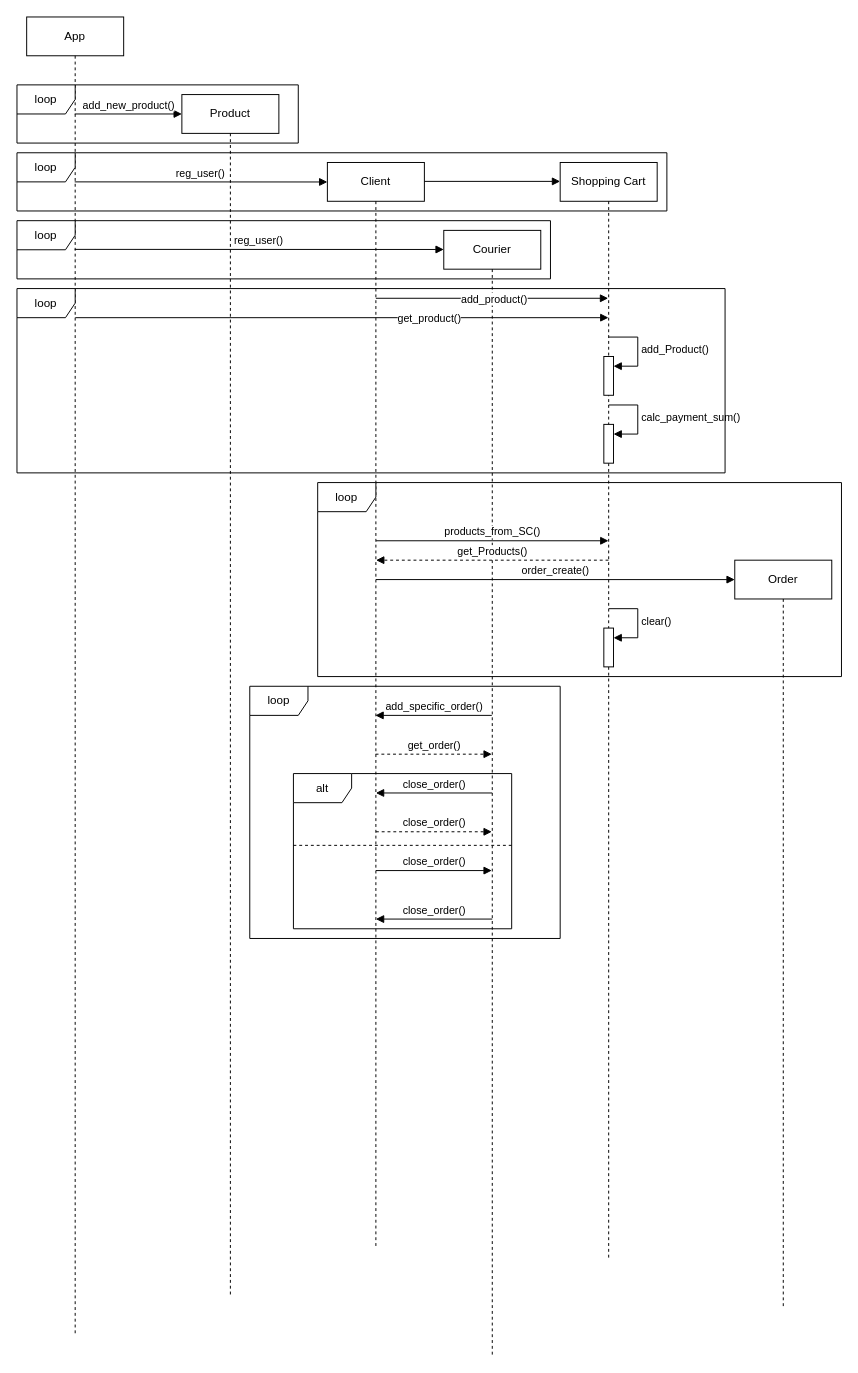
Earlier version of the draw.io diagram actions_sequnce_delivery_service.drawio (MstislavRomanovski/ProgramIngeneering). Source tidied: cells renumbered, new cells numbered last; positions are measured from the earlier drawing's top-left corner, leaving out a move shared by most shapes. Both pictures are drawn from the tidied source at 97%, with x=0, y=0 at pixel (16, 16).
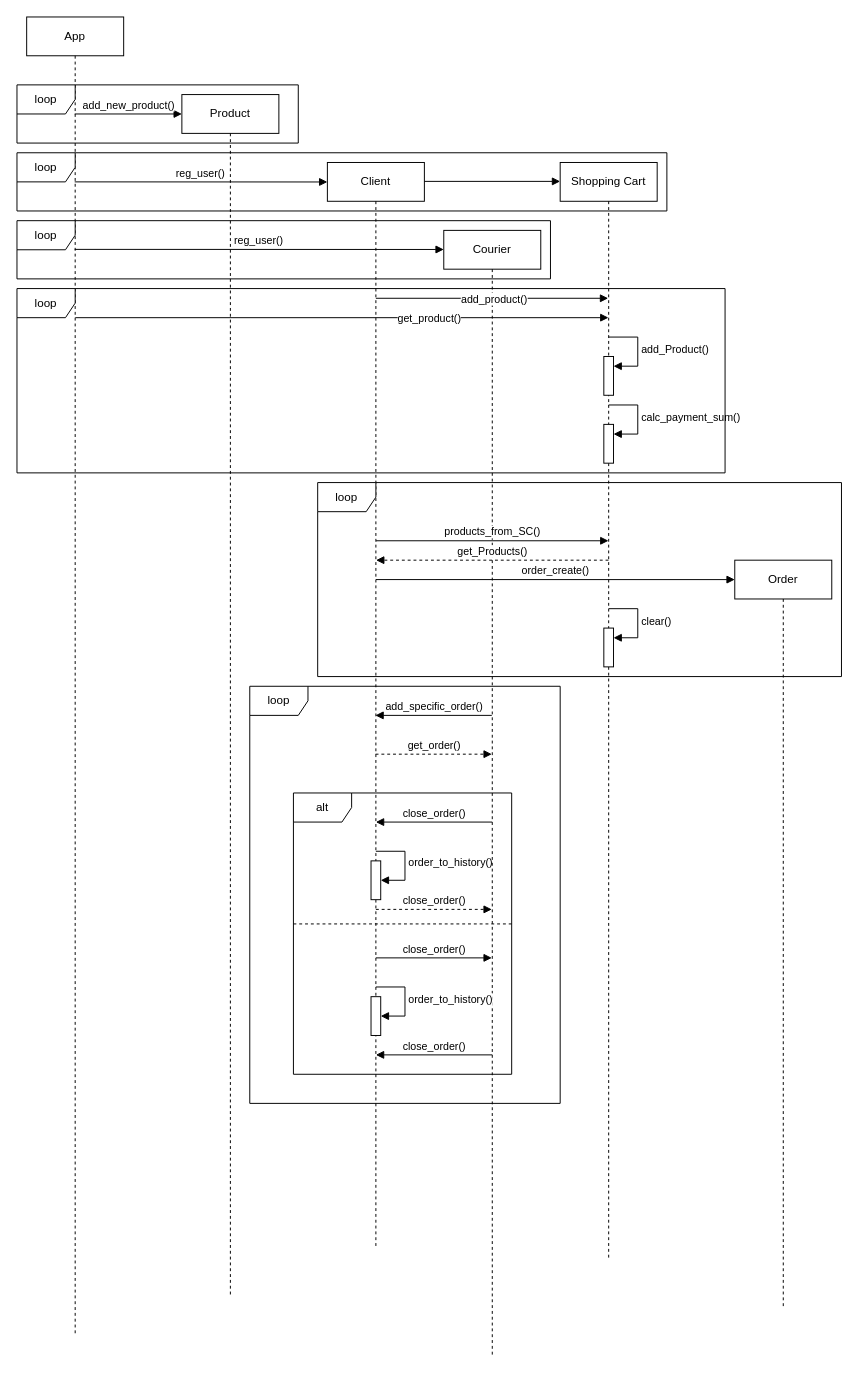
The same page after the edit.

Unchanged cells that the change refers to:
```xml
<mxCell id="4" value="Client" style="shape=umlLifeline;perimeter=lifelinePerimeter;whiteSpace=wrap;html=1;outlineConnect=0;portConstraint=eastwest;newEdgeStyle={&quot;curved&quot;:0,&quot;rounded&quot;:0};" parent="1" vertex="1">
  <mxGeometry x="320" y="150" width="100" height="1120" as="geometry" />
</mxCell>
```

The edit, as a diff of the source:
```diff
@@
+    <mxCell id="39" value="order_to_history()" style="html=1;align=left;spacingLeft=2;endArrow=block;rounded=0;edgeStyle=orthogonalEdgeStyle;curved=0;rounded=0;exitX=0.5;exitY=0.634;exitDx=0;exitDy=0;exitPerimeter=0;" parent="4" edge="1" source="4" target="40">
+      <mxGeometry relative="1" as="geometry">
+        <Array as="points">
+          <mxPoint x="80" y="710" />
+          <mxPoint x="80" y="740" />
+        </Array>
+      </mxGeometry>
+    </mxCell>
+    <mxCell id="40" style="html=1;points=[[0,0,0,0,5],[0,1,0,0,-5],[1,0,0,0,5],[1,1,0,0,-5]];perimeter=orthogonalPerimeter;outlineConnect=0;targetShapes=umlLifeline;portConstraint=eastwest;newEdgeStyle={&quot;curved&quot;:0,&quot;rounded&quot;:0};" parent="4" vertex="1">
+      <mxGeometry x="45" y="720" width="10" height="40" as="geometry" />
+    </mxCell>
+    <mxCell id="41" style="html=1;perimeter=orthogonalPerimeter;targetShapes=umlLifeline;newEdgeStyle={&quot;curved&quot;:0,&quot;rounded&quot;:0};" parent="4" vertex="1">
+      <mxGeometry x="45" y="860" width="10" height="40" as="geometry" />
+    </mxCell>
@@
     <mxCell id="32" value="loop" style="shape=umlFrame;whiteSpace=wrap;html=1;" parent="1" vertex="1">
-      <mxGeometry x="240" y="690" width="320" height="260" as="geometry" />
+      <mxGeometry x="240" y="690" width="320" height="430" as="geometry" />
     </mxCell>
     <mxCell id="33" value="close_order()" style="html=1;verticalAlign=bottom;endArrow=block;curved=0;rounded=0;" parent="1" edge="1">
       <mxGeometry relative="1" as="geometry">
-        <mxPoint x="490" y="800" as="sourcePoint" />
-        <mxPoint x="370" y="800" as="targetPoint" />
+        <mxPoint x="490" y="830" as="sourcePoint" />
+        <mxPoint x="370" y="830" as="targetPoint" />
       </mxGeometry>
     </mxCell>
     <mxCell id="34" value="close_order()" style="html=1;verticalAlign=bottom;endArrow=block;curved=0;rounded=0;dashed=1;" parent="1" edge="1">
       <mxGeometry relative="1" as="geometry">
-        <mxPoint x="370" y="840" as="sourcePoint" />
-        <mxPoint x="489.5" y="840" as="targetPoint" />
+        <mxPoint x="370" y="920" as="sourcePoint" />
+        <mxPoint x="489.5" y="920" as="targetPoint" />
       </mxGeometry>
     </mxCell>
     <mxCell id="35" value="close_order()" style="html=1;verticalAlign=bottom;endArrow=block;curved=0;rounded=0;" parent="1" edge="1">
       <mxGeometry relative="1" as="geometry">
-        <mxPoint x="370" y="880" as="sourcePoint" />
-        <mxPoint x="489.5" y="880" as="targetPoint" />
+        <mxPoint x="370" y="970" as="sourcePoint" />
+        <mxPoint x="489.5" y="970" as="targetPoint" />
       </mxGeometry>
     </mxCell>
     <mxCell id="36" value="close_order()" style="html=1;verticalAlign=bottom;endArrow=block;curved=0;rounded=0;" parent="1" edge="1">
       <mxGeometry relative="1" as="geometry">
-        <mxPoint x="490" y="930" as="sourcePoint" />
-        <mxPoint x="370" y="930" as="targetPoint" />
+        <mxPoint x="490" y="1070" as="sourcePoint" />
+        <mxPoint x="370" y="1070" as="targetPoint" />
       </mxGeometry>
     </mxCell>
     <mxCell id="37" value="alt" style="shape=umlFrame;whiteSpace=wrap;html=1;" parent="1" vertex="1">
-      <mxGeometry x="285" y="780" width="225" height="160" as="geometry" />
+      <mxGeometry x="285" y="800" width="225" height="290" as="geometry" />
     </mxCell>
     <mxCell id="38" style="line;strokeWidth=1;fillColor=none;align=left;verticalAlign=middle;spacingTop=-1;spacingLeft=3;spacingRight=3;labelPosition=right;strokeColor=inherit;dashed=1;" parent="1" vertex="1">
-      <mxGeometry x="285" y="850" width="225" height="8" as="geometry" />
+      <mxGeometry x="285" y="931" width="225" height="8" as="geometry" />
     </mxCell>
+    <mxCell id="42" value="order_to_history()" style="html=1;align=left;spacingLeft=2;endArrow=block;rounded=0;edgeStyle=orthogonalEdgeStyle;curved=0;rounded=0;" parent="1" edge="1">
+      <mxGeometry relative="1" as="geometry">
+        <mxPoint x="370" y="1000" as="sourcePoint" />
+        <mxPoint x="375" y="1030" as="targetPoint" />
+        <Array as="points">
+          <mxPoint x="400" y="1030" />
+        </Array>
+      </mxGeometry>
+    </mxCell>
```
